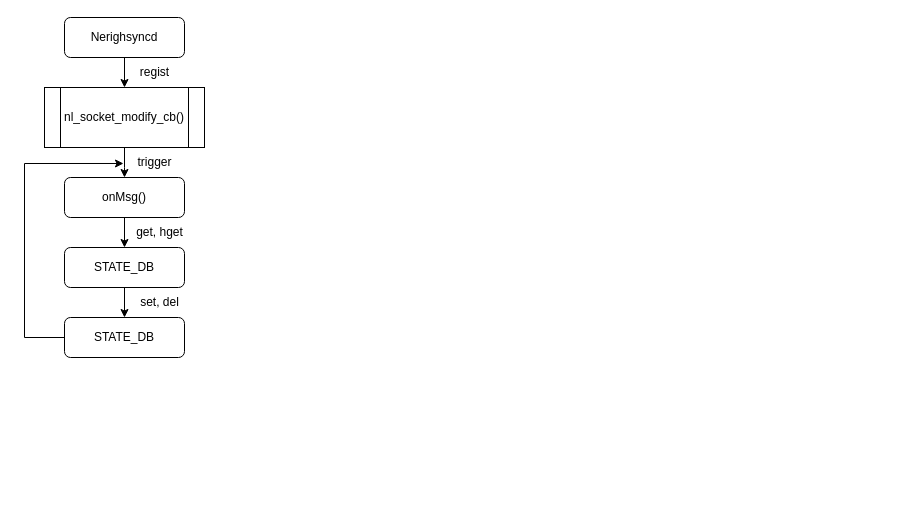
This is 未命名绘图.drawio from christ7622/GGYY, a draw.io file, before an edit. Source tidied: cells renumbered, new cells numbered last; positions are measured from the earlier drawing's top-left corner, leaving out a move shared by most shapes. Both pictures are drawn from the tidied source at 100%, with x=0, y=0 at pixel (24, 17).
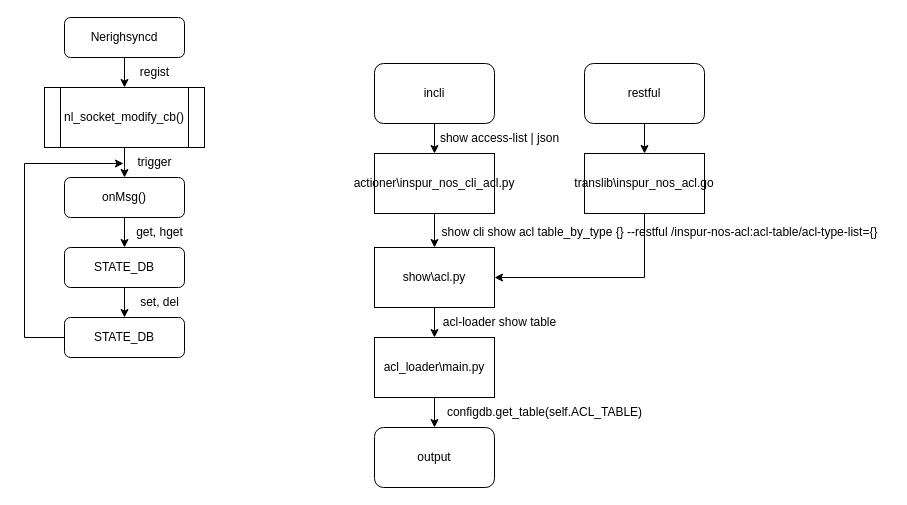
After the change.

Commit message:
更新未命名绘图.drawio

Change to the diagram source:
```diff
@@
+    <mxCell id="16" style="edgeStyle=orthogonalEdgeStyle;rounded=0;jettySize=auto;html=1;exitX=0.5;exitY=1;exitDx=0;exitDy=0;" parent="1" edge="1" source="23" target="18">
+      <mxGeometry relative="1" as="geometry" />
+    </mxCell>
+    <mxCell id="17" style="edgeStyle=orthogonalEdgeStyle;rounded=0;jettySize=auto;html=1;" parent="1" edge="1" source="18" target="20">
+      <mxGeometry relative="1" as="geometry" />
+    </mxCell>
+    <mxCell id="18" value="show\acl.py" style="whiteSpace=wrap;html=1;" parent="1" vertex="1">
+      <mxGeometry x="350" y="230" width="120" height="60" as="geometry" />
+    </mxCell>
+    <mxCell id="19" style="edgeStyle=orthogonalEdgeStyle;rounded=0;jettySize=auto;html=1;" parent="1" edge="1" source="20" target="24">
+      <mxGeometry relative="1" as="geometry" />
+    </mxCell>
+    <mxCell id="20" value="acl_loader\main.py" style="whiteSpace=wrap;html=1;" parent="1" vertex="1">
+      <mxGeometry x="350" y="320" width="120" height="60" as="geometry" />
+    </mxCell>
+    <mxCell id="21" style="edgeStyle=orthogonalEdgeStyle;rounded=0;jettySize=auto;html=1;" parent="1" edge="1" source="22" target="23">
+      <mxGeometry relative="1" as="geometry" />
+    </mxCell>
+    <mxCell id="22" value="incli" style="rounded=1;whiteSpace=wrap;html=1;" parent="1" vertex="1">
+      <mxGeometry x="350" y="46" width="120" height="60" as="geometry" />
+    </mxCell>
+    <mxCell id="23" value="actioner\inspur_nos_cli_acl.py" style="whiteSpace=wrap;html=1;" parent="1" vertex="1">
+      <mxGeometry x="350" y="136" width="120" height="60" as="geometry" />
+    </mxCell>
+    <mxCell id="24" value="output" style="rounded=1;whiteSpace=wrap;html=1;" parent="1" vertex="1">
+      <mxGeometry x="350" y="410" width="120" height="60" as="geometry" />
+    </mxCell>
+    <mxCell id="25" value="show access-list | json" style="text;html=1;align=center;verticalAlign=middle;strokeColor=none;fillColor=none;" parent="1" vertex="1">
+      <mxGeometry x="405" y="106" width="140" height="30" as="geometry" />
+    </mxCell>
+    <mxCell id="26" value="&lt;div&gt;show cli show acl table_by_type {}&amp;nbsp;&lt;span style=&quot;background-color: initial;&quot;&gt;--restful /inspur-nos-acl:acl-table/acl-type-list={}&lt;/span&gt;&lt;/div&gt;" style="text;html=1;align=center;verticalAlign=middle;strokeColor=none;fillColor=none;" parent="1" vertex="1">
+      <mxGeometry x="405" y="200" width="460" height="30" as="geometry" />
+    </mxCell>
+    <mxCell id="27" value="acl-loader show table" style="text;html=1;align=center;verticalAlign=middle;strokeColor=none;fillColor=none;" parent="1" vertex="1">
+      <mxGeometry x="405" y="290" width="140" height="30" as="geometry" />
+    </mxCell>
+    <mxCell id="28" value="configdb.get_table(self.ACL_TABLE)" style="text;html=1;align=center;verticalAlign=middle;strokeColor=none;fillColor=none;" parent="1" vertex="1">
+      <mxGeometry x="410" y="380" width="220" height="30" as="geometry" />
+    </mxCell>
+    <mxCell id="29" style="edgeStyle=orthogonalEdgeStyle;rounded=0;jettySize=auto;html=1;entryX=1;entryY=0.5;entryDx=0;entryDy=0;exitX=0.5;exitY=1;exitDx=0;exitDy=0;" parent="1" edge="1" source="30" target="18">
+      <mxGeometry relative="1" as="geometry" />
+    </mxCell>
+    <mxCell id="30" value="translib\inspur_nos_acl.go" style="whiteSpace=wrap;html=1;" parent="1" vertex="1">
+      <mxGeometry x="560" y="136" width="120" height="60" as="geometry" />
+    </mxCell>
+    <mxCell id="31" style="edgeStyle=orthogonalEdgeStyle;rounded=0;jettySize=auto;html=1;entryX=0.5;entryY=0;entryDx=0;entryDy=0;" parent="1" edge="1" source="32" target="30">
+      <mxGeometry relative="1" as="geometry" />
+    </mxCell>
+    <mxCell id="32" value="restful" style="rounded=1;whiteSpace=wrap;html=1;" parent="1" vertex="1">
+      <mxGeometry x="560" y="46" width="120" height="60" as="geometry" />
+    </mxCell>
```
